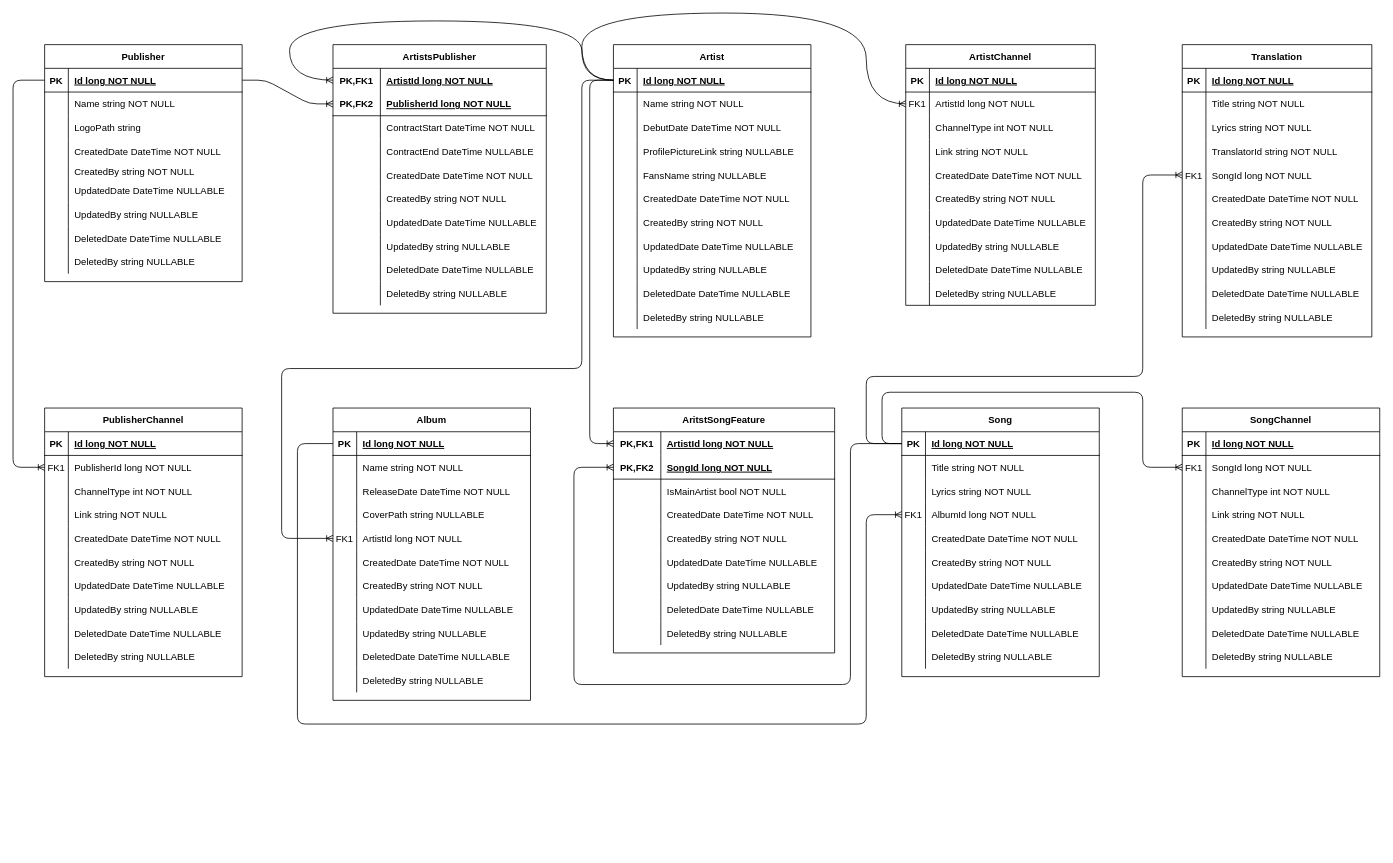
Above: erd/forditasokk_er_diagram.drawio in szilajka/forditasokk-api (draw.io), before the change. Source tidied: cells renumbered, new cells numbered last; positions are measured from the earlier drawing's top-left corner, leaving out a move shared by most shapes. Both pictures are drawn from the tidied source at 79%, with x=0, y=0 at pixel (13, 13).
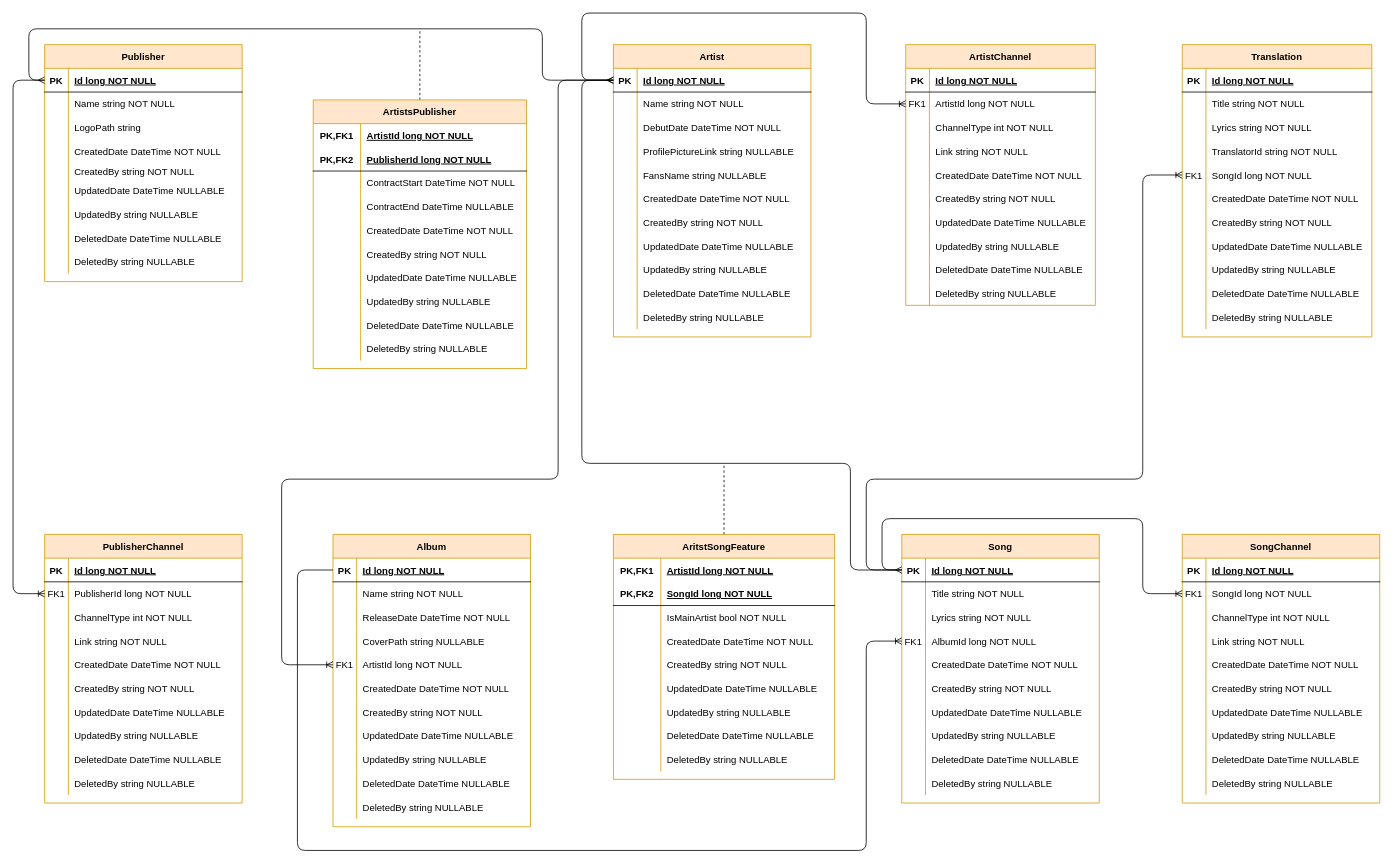
Above is the later version.

Unchanged cells that the change refers to:
```xml
<mxCell id="3" style="shape=partialRectangle;fillColor=none;points=[[0,0.5],[1,0.5]];portConstraint=eastwest;top=0;left=0;right=0;bottom=1;" parent="2" vertex="1">
  <mxGeometry y="30" width="250" height="30" as="geometry" />
</mxCell>
<mxCell id="37" style="shape=partialRectangle;fillColor=none;points=[[0,0.5],[1,0.5]];portConstraint=eastwest;top=0;left=0;right=0;bottom=1;" parent="36" vertex="1">
  <mxGeometry y="30" width="250" height="30" as="geometry" />
</mxCell>
<mxCell id="49" style="shape=partialRectangle;fillColor=none;points=[[0,0.5],[1,0.5]];portConstraint=eastwest;top=0;left=0;right=0;bottom=0;" parent="36" vertex="1">
  <mxGeometry y="150" width="250" height="30" as="geometry" />
</mxCell>
<mxCell id="71" style="shape=partialRectangle;fillColor=none;points=[[0,0.5],[1,0.5]];portConstraint=eastwest;top=0;left=0;right=0;bottom=1;" parent="70" vertex="1">
  <mxGeometry y="30" width="250" height="30" as="geometry" />
</mxCell>
<mxCell id="80" style="shape=partialRectangle;fillColor=none;points=[[0,0.5],[1,0.5]];portConstraint=eastwest;top=0;left=0;right=0;bottom=0;" parent="70" vertex="1">
  <mxGeometry y="120" width="250" height="30" as="geometry" />
</mxCell>
<mxCell id="102" style="shape=partialRectangle;fillColor=none;top=0;left=0;bottom=1;right=0;points=[[0,0.5],[1,0.5]];portConstraint=eastwest;" parent="101" vertex="1">
  <mxGeometry y="30" width="250" height="30" as="geometry" />
</mxCell>
<mxCell id="130" style="shape=partialRectangle;fillColor=none;top=0;left=0;bottom=0;right=0;points=[[0,0.5],[1,0.5]];portConstraint=eastwest;" parent="129" vertex="1">
  <mxGeometry y="30" width="270" height="30" as="geometry" />
</mxCell>
<mxCell id="133" style="shape=partialRectangle;fillColor=none;top=0;left=0;bottom=1;right=0;points=[[0,0.5],[1,0.5]];portConstraint=eastwest;" parent="129" vertex="1">
  <mxGeometry y="60" width="270" height="30" as="geometry" />
</mxCell>
<mxCell id="164" style="shape=partialRectangle;fillColor=none;top=0;left=0;bottom=0;right=0;points=[[0,0.5],[1,0.5]];portConstraint=eastwest;" parent="160" vertex="1">
  <mxGeometry y="60" width="240" height="30" as="geometry" />
</mxCell>
<mxCell id="195" style="shape=partialRectangle;fillColor=none;top=0;left=0;bottom=0;right=0;points=[[0,0.5],[1,0.5]];portConstraint=eastwest;" parent="191" vertex="1">
  <mxGeometry y="60" width="250" height="30" as="geometry" />
</mxCell>
<mxCell id="223" style="shape=partialRectangle;fillColor=none;top=0;left=0;bottom=0;right=0;points=[[0,0.5],[1,0.5]];portConstraint=eastwest;" parent="222" vertex="1">
  <mxGeometry y="30" width="280" height="30" as="geometry" />
</mxCell>
<mxCell id="226" style="shape=partialRectangle;fillColor=none;top=0;left=0;bottom=1;right=0;points=[[0,0.5],[1,0.5]];portConstraint=eastwest;" parent="222" vertex="1">
  <mxGeometry y="60" width="280" height="30" as="geometry" />
</mxCell>
<mxCell id="263" style="shape=partialRectangle;fillColor=none;top=0;left=0;bottom=0;right=0;points=[[0,0.5],[1,0.5]];portConstraint=eastwest;" parent="250" vertex="1">
  <mxGeometry y="150" width="240" height="30" as="geometry" />
</mxCell>
<mxCell id="297" style="shape=partialRectangle;fillColor=none;top=0;left=0;bottom=0;right=0;points=[[0,0.5],[1,0.5]];portConstraint=eastwest;" parent="293" vertex="1">
  <mxGeometry y="60" width="250" height="30" as="geometry" />
</mxCell>
```

Change to the diagram source:
```diff
@@
-    <mxCell id="2" value="Artist" style="shape=table;startSize=30;childLayout=tableLayout;rowLines=0;fontStyle=1;align=center;" parent="1" vertex="1">
+    <mxCell id="2" value="Artist" style="shape=table;startSize=30;childLayout=tableLayout;rowLines=0;fontStyle=1;align=center;fillColor=#ffe6cc;strokeColor=#d79b00;swimlaneFillColor=none;separatorColor=none;" parent="1" vertex="1">
       <mxGeometry x="760" y="40" width="250" height="370" as="geometry" />
     </mxCell>
@@
-    <mxCell id="36" value="Album" style="shape=table;startSize=30;childLayout=tableLayout;rowLines=0;fontStyle=1;align=center;" parent="1" vertex="1">
-      <mxGeometry x="405" y="500" width="250" height="370" as="geometry" />
+    <mxCell id="36" value="Album" style="shape=table;startSize=30;childLayout=tableLayout;rowLines=0;fontStyle=1;align=center;perimeterSpacing=0;fillColor=#ffe6cc;strokeColor=#d79b00;separatorColor=none;" parent="1" vertex="1">
+      <mxGeometry x="405" y="660" width="250" height="370" as="geometry" />
     </mxCell>
@@
-    <mxCell id="70" value="Song" style="shape=table;startSize=30;childLayout=tableLayout;rowLines=0;fontStyle=1;align=center;" parent="1" vertex="1">
-      <mxGeometry x="1125" y="500" width="250" height="340" as="geometry" />
+    <mxCell id="70" value="Song" style="shape=table;startSize=30;childLayout=tableLayout;rowLines=0;fontStyle=1;align=center;fillColor=#ffe6cc;strokeColor=#d79b00;separatorColor=none;" parent="1" vertex="1">
+      <mxGeometry x="1125" y="660" width="250" height="340" as="geometry" />
     </mxCell>
@@
-    <mxCell id="101" value="Publisher" style="shape=table;startSize=30;childLayout=tableLayout;rowLines=0;fontStyle=1;align=center;" parent="1" vertex="1">
+    <mxCell id="101" value="Publisher" style="shape=table;startSize=30;childLayout=tableLayout;rowLines=0;fontStyle=1;align=center;fillColor=#ffe6cc;strokeColor=#d79b00;separatorColor=none;" parent="1" vertex="1">
       <mxGeometry x="40" y="40" width="250" height="300" as="geometry" />
     </mxCell>
@@
+    <mxCell id="325" style="edgeStyle=orthogonalEdgeStyle;jettySize=auto;html=1;dashed=1;startArrow=none;startFill=0;endArrow=none;endFill=0;" parent="1" edge="1" source="129">
+      <mxGeometry relative="1" as="geometry">
+        <mxPoint x="515" y="20" as="targetPoint" />
+      </mxGeometry>
+    </mxCell>
-    <mxCell id="129" value="ArtistsPublisher" style="shape=table;startSize=30;childLayout=tableLayout;rowLines=0;fontStyle=1;align=center;" parent="1" vertex="1">
-      <mxGeometry x="405" y="40" width="270" height="340" as="geometry" />
+    <mxCell id="129" value="ArtistsPublisher" style="shape=table;startSize=30;childLayout=tableLayout;rowLines=0;fontStyle=1;align=center;fillColor=#ffe6cc;strokeColor=#d79b00;labelBorderColor=none;separatorColor=none;" parent="1" vertex="1">
+      <mxGeometry x="380" y="110" width="270" height="340" as="geometry" />
     </mxCell>
@@
-    <mxCell id="160" value="ArtistChannel" style="shape=table;startSize=30;childLayout=tableLayout;rowLines=0;fontStyle=1;align=center;" parent="1" vertex="1">
+    <mxCell id="160" value="ArtistChannel" style="shape=table;startSize=30;childLayout=tableLayout;rowLines=0;fontStyle=1;align=center;fillColor=#ffe6cc;strokeColor=#d79b00;separatorColor=none;" parent="1" vertex="1">
       <mxGeometry x="1130" y="40" width="240" height="330" as="geometry" />
     </mxCell>
@@
-    <mxCell id="191" value="SongChannel" style="shape=table;startSize=30;childLayout=tableLayout;rowLines=0;fontStyle=1;align=center;" parent="1" vertex="1">
-      <mxGeometry x="1480" y="500" width="250" height="340" as="geometry" />
+    <mxCell id="191" value="SongChannel" style="shape=table;startSize=30;childLayout=tableLayout;rowLines=0;fontStyle=1;align=center;fillColor=#ffe6cc;strokeColor=#d79b00;separatorColor=none;" parent="1" vertex="1">
+      <mxGeometry x="1480" y="660" width="250" height="340" as="geometry" />
     </mxCell>
@@
+    <mxCell id="326" style="edgeStyle=orthogonalEdgeStyle;jettySize=auto;html=1;startArrow=none;startFill=0;endArrow=none;endFill=0;dashed=1;" parent="1" edge="1" source="222">
+      <mxGeometry relative="1" as="geometry">
+        <mxPoint x="900" y="570" as="targetPoint" />
+      </mxGeometry>
+    </mxCell>
-    <mxCell id="222" value="AritstSongFeature" style="shape=table;startSize=30;childLayout=tableLayout;rowLines=0;fontStyle=1;align=center;" parent="1" vertex="1">
-      <mxGeometry x="760" y="500" width="280" height="310" as="geometry" />
+    <mxCell id="222" value="AritstSongFeature" style="shape=table;startSize=30;childLayout=tableLayout;rowLines=0;fontStyle=1;align=center;fillColor=#ffe6cc;strokeColor=#d79b00;separatorColor=none;" parent="1" vertex="1">
+      <mxGeometry x="760" y="660" width="280" height="310" as="geometry" />
     </mxCell>
@@
-    <mxCell id="250" value="Translation" style="shape=table;startSize=30;childLayout=tableLayout;rowLines=0;fontStyle=1;align=center;" parent="1" vertex="1">
+    <mxCell id="250" value="Translation" style="shape=table;startSize=30;childLayout=tableLayout;rowLines=0;fontStyle=1;align=center;fillColor=#ffe6cc;strokeColor=#d79b00;separatorColor=none;horizontal=1;comic=0;" parent="1" vertex="1">
       <mxGeometry x="1480" y="40" width="240" height="370" as="geometry" />
     </mxCell>
@@
-    <mxCell id="284" style="edgeStyle=entityRelationEdgeStyle;fontSize=12;html=1;endArrow=ERoneToMany;exitX=1;exitY=0.5;exitDx=0;exitDy=0;entryX=0;entryY=0.5;entryDx=0;entryDy=0;" parent="1" edge="1" source="102" target="133">
-      <mxGeometry relative="1" as="geometry" />
-    </mxCell>
-    <mxCell id="285" style="edgeStyle=orthogonalEdgeStyle;fontSize=12;html=1;endArrow=ERoneToMany;exitX=0;exitY=0.5;exitDx=0;exitDy=0;entryX=0;entryY=0.5;entryDx=0;entryDy=0;curved=1;" parent="1" edge="1" source="3" target="130">
-      <mxGeometry relative="1" as="geometry">
-        <Array as="points">
-          <mxPoint x="720" y="85" />
-          <mxPoint x="720" y="10" />
-          <mxPoint x="350" y="10" />
-          <mxPoint x="350" y="85" />
-        </Array>
-      </mxGeometry>
-    </mxCell>
-    <mxCell id="286" style="edgeStyle=orthogonalEdgeStyle;fontSize=12;html=1;endArrow=ERoneToMany;exitX=0;exitY=0.5;exitDx=0;exitDy=0;entryX=0;entryY=0.5;entryDx=0;entryDy=0;curved=1;" parent="1" edge="1" source="3" target="164">
+    <mxCell id="286" style="edgeStyle=orthogonalEdgeStyle;fontSize=12;html=1;endArrow=ERoneToMany;exitX=0;exitY=0.5;exitDx=0;exitDy=0;entryX=0;entryY=0.5;entryDx=0;entryDy=0;" parent="1" edge="1" source="3" target="164">
       <mxGeometry relative="1" as="geometry">
         <Array as="points">
           <mxPoint x="720" y="85" />
           <mxPoint x="720" />
           <mxPoint x="1080" />
           <mxPoint x="1080" y="115" />
         </Array>
       </mxGeometry>
     </mxCell>
     <mxCell id="287" style="edgeStyle=orthogonalEdgeStyle;fontSize=12;html=1;endArrow=ERoneToMany;exitX=0;exitY=0.5;exitDx=0;exitDy=0;entryX=0;entryY=0.5;entryDx=0;entryDy=0;" parent="1" edge="1" source="3" target="49">
       <mxGeometry relative="1" as="geometry">
         <Array as="points">
-          <mxPoint x="720" y="85" />
-          <mxPoint x="720" y="450" />
-          <mxPoint x="340" y="450" />
-          <mxPoint x="340" y="665" />
+          <mxPoint x="690" y="85" />
+          <mxPoint x="690" y="590" />
+          <mxPoint x="340" y="590" />
+          <mxPoint x="340" y="825" />
         </Array>
       </mxGeometry>
     </mxCell>
     <mxCell id="288" style="edgeStyle=orthogonalEdgeStyle;fontSize=12;html=1;endArrow=ERoneToMany;exitX=0;exitY=0.5;exitDx=0;exitDy=0;entryX=0;entryY=0.5;entryDx=0;entryDy=0;" parent="1" edge="1" source="37" target="80">
       <mxGeometry relative="1" as="geometry">
         <Array as="points">
-          <mxPoint x="360" y="545" />
-          <mxPoint x="360" y="900" />
-          <mxPoint x="1080" y="900" />
-          <mxPoint x="1080" y="635" />
+          <mxPoint x="360" y="705" />
+          <mxPoint x="360" y="1060" />
+          <mxPoint x="1080" y="1060" />
+          <mxPoint x="1080" y="795" />
         </Array>
       </mxGeometry>
     </mxCell>
-    <mxCell id="289" style="edgeStyle=orthogonalEdgeStyle;fontSize=12;html=1;endArrow=ERoneToMany;exitX=0;exitY=0.5;exitDx=0;exitDy=0;entryX=0;entryY=0.5;entryDx=0;entryDy=0;" parent="1" edge="1" source="71" target="226">
-      <mxGeometry relative="1" as="geometry">
-        <Array as="points">
-          <mxPoint x="1060" y="545" />
-          <mxPoint x="1060" y="850" />
-          <mxPoint x="710" y="850" />
-          <mxPoint x="710" y="575" />
-        </Array>
-      </mxGeometry>
-    </mxCell>
-    <mxCell id="290" style="edgeStyle=orthogonalEdgeStyle;fontSize=12;html=1;endArrow=ERoneToMany;exitX=0;exitY=0.5;exitDx=0;exitDy=0;entryX=0;entryY=0.5;entryDx=0;entryDy=0;" parent="1" edge="1" source="3" target="223">
-      <mxGeometry relative="1" as="geometry">
-        <Array as="points">
-          <mxPoint x="730" y="85" />
-          <mxPoint x="730" y="545" />
-        </Array>
-      </mxGeometry>
-    </mxCell>
     <mxCell id="291" style="edgeStyle=orthogonalEdgeStyle;fontSize=12;html=1;endArrow=ERoneToMany;exitX=0;exitY=0.5;exitDx=0;exitDy=0;entryX=0;entryY=0.5;entryDx=0;entryDy=0;" parent="1" edge="1" source="71" target="195">
       <mxGeometry relative="1" as="geometry">
         <Array as="points">
-          <mxPoint x="1100" y="545" />
-          <mxPoint x="1100" y="480" />
-          <mxPoint x="1430" y="480" />
-          <mxPoint x="1430" y="575" />
+          <mxPoint x="1100" y="705" />
+          <mxPoint x="1100" y="640" />
+          <mxPoint x="1430" y="640" />
+          <mxPoint x="1430" y="735" />
         </Array>
       </mxGeometry>
     </mxCell>
-    <mxCell id="292" style="edgeStyle=orthogonalEdgeStyle;fontSize=12;html=1;endArrow=ERoneToMany;entryX=0;entryY=0.5;entryDx=0;entryDy=0;" parent="1" edge="1" target="263">
+    <mxCell id="292" style="edgeStyle=orthogonalEdgeStyle;fontSize=12;html=1;endArrow=ERoneToMany;entryX=0;entryY=0.5;entryDx=0;entryDy=0;exitX=0;exitY=0.5;exitDx=0;exitDy=0;" parent="1" edge="1" source="71" target="263">
       <mxGeometry relative="1" as="geometry">
-        <mxPoint x="1125" y="545" as="sourcePoint" />
         <Array as="points">
-          <mxPoint x="1080" y="545" />
-          <mxPoint x="1080" y="460" />
-          <mxPoint x="1430" y="460" />
+          <mxPoint x="1080" y="705" />
+          <mxPoint x="1080" y="590" />
+          <mxPoint x="1430" y="590" />
           <mxPoint x="1430" y="205" />
         </Array>
       </mxGeometry>
     </mxCell>
-    <mxCell id="293" value="PublisherChannel" style="shape=table;startSize=30;childLayout=tableLayout;rowLines=0;fontStyle=1;align=center;" parent="1" vertex="1">
-      <mxGeometry x="40" y="500" width="250" height="340" as="geometry" />
+    <mxCell id="293" value="PublisherChannel" style="shape=table;startSize=30;childLayout=tableLayout;rowLines=0;fontStyle=1;align=center;fillColor=#ffe6cc;strokeColor=#d79b00;separatorColor=none;" parent="1" vertex="1">
+      <mxGeometry x="40" y="660" width="250" height="340" as="geometry" />
     </mxCell>
@@
     <mxCell id="324" style="edgeStyle=orthogonalEdgeStyle;fontSize=12;html=1;endArrow=ERoneToMany;exitX=0;exitY=0.5;exitDx=0;exitDy=0;entryX=0;entryY=0.5;entryDx=0;entryDy=0;" parent="1" edge="1" source="102" target="297">
       <mxGeometry relative="1" as="geometry">
         <Array as="points">
           <mxPoint y="85" />
-          <mxPoint y="575" />
+          <mxPoint y="735" />
         </Array>
       </mxGeometry>
     </mxCell>
+    <mxCell id="327" style="edgeStyle=orthogonalEdgeStyle;fontSize=12;html=1;endArrow=ERmany;startArrow=ERmany;exitX=0;exitY=0.5;exitDx=0;exitDy=0;entryX=0;entryY=0.5;entryDx=0;entryDy=0;" parent="1" edge="1" source="102" target="3">
+      <mxGeometry relative="1" as="geometry">
+        <Array as="points">
+          <mxPoint x="20" y="85" />
+          <mxPoint x="20" y="20" />
+          <mxPoint x="670" y="20" />
+          <mxPoint x="670" y="85" />
+        </Array>
+      </mxGeometry>
+    </mxCell>
+    <mxCell id="328" style="edgeStyle=orthogonalEdgeStyle;fontSize=12;html=1;endArrow=ERmany;startArrow=ERmany;elbow=vertical;entryX=0;entryY=0.5;entryDx=0;entryDy=0;exitX=0;exitY=0.5;exitDx=0;exitDy=0;" parent="1" edge="1" source="71" target="3">
+      <mxGeometry relative="1" as="geometry">
+        <Array as="points">
+          <mxPoint x="1060" y="705" />
+          <mxPoint x="1060" y="570" />
+          <mxPoint x="720" y="570" />
+          <mxPoint x="720" y="85" />
+        </Array>
+      </mxGeometry>
+    </mxCell>
```
